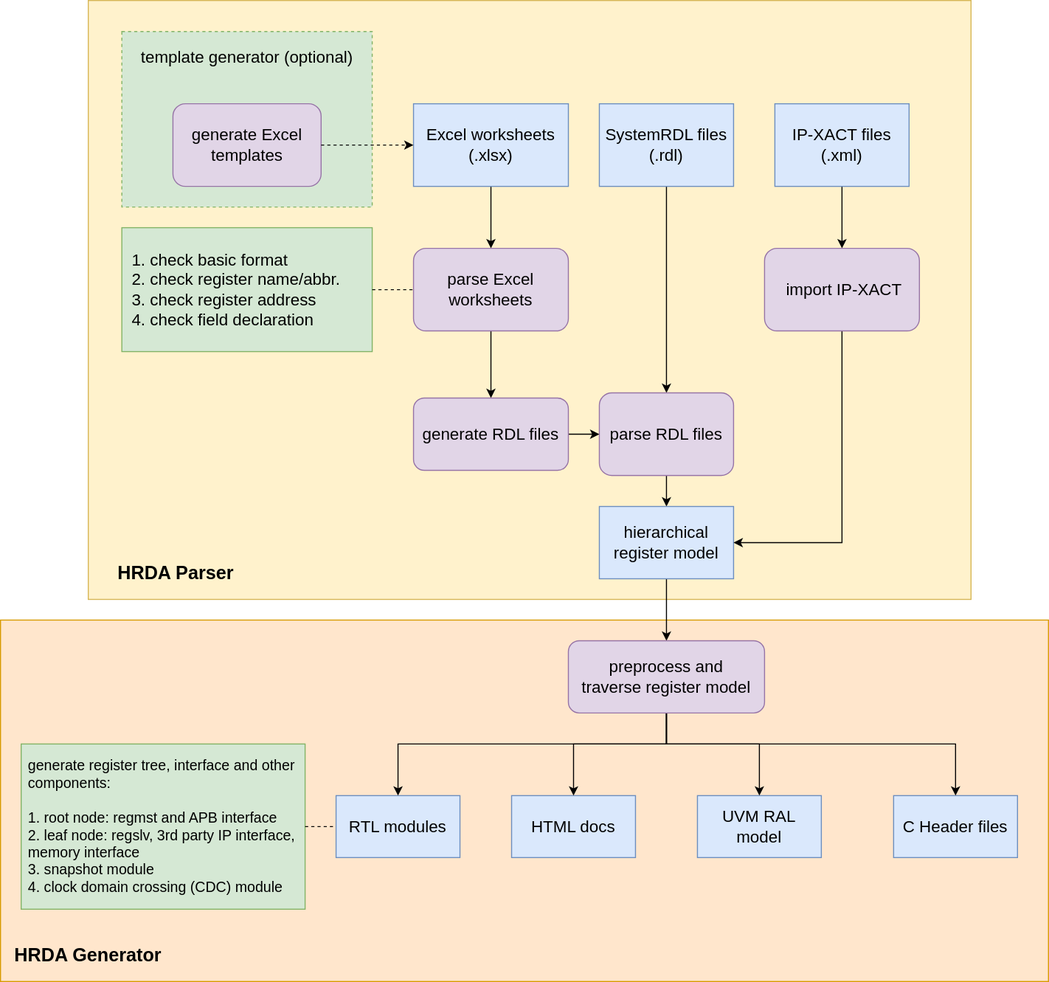
Before: docs/pics/tool_flow.svg, a diagram exported from draw.io (howsayhao/hj_reg_auto). Source tidied: cells renumbered, new cells last; positions are measured from the earlier drawing's top-left corner, leaving out a move shared by most shapes.
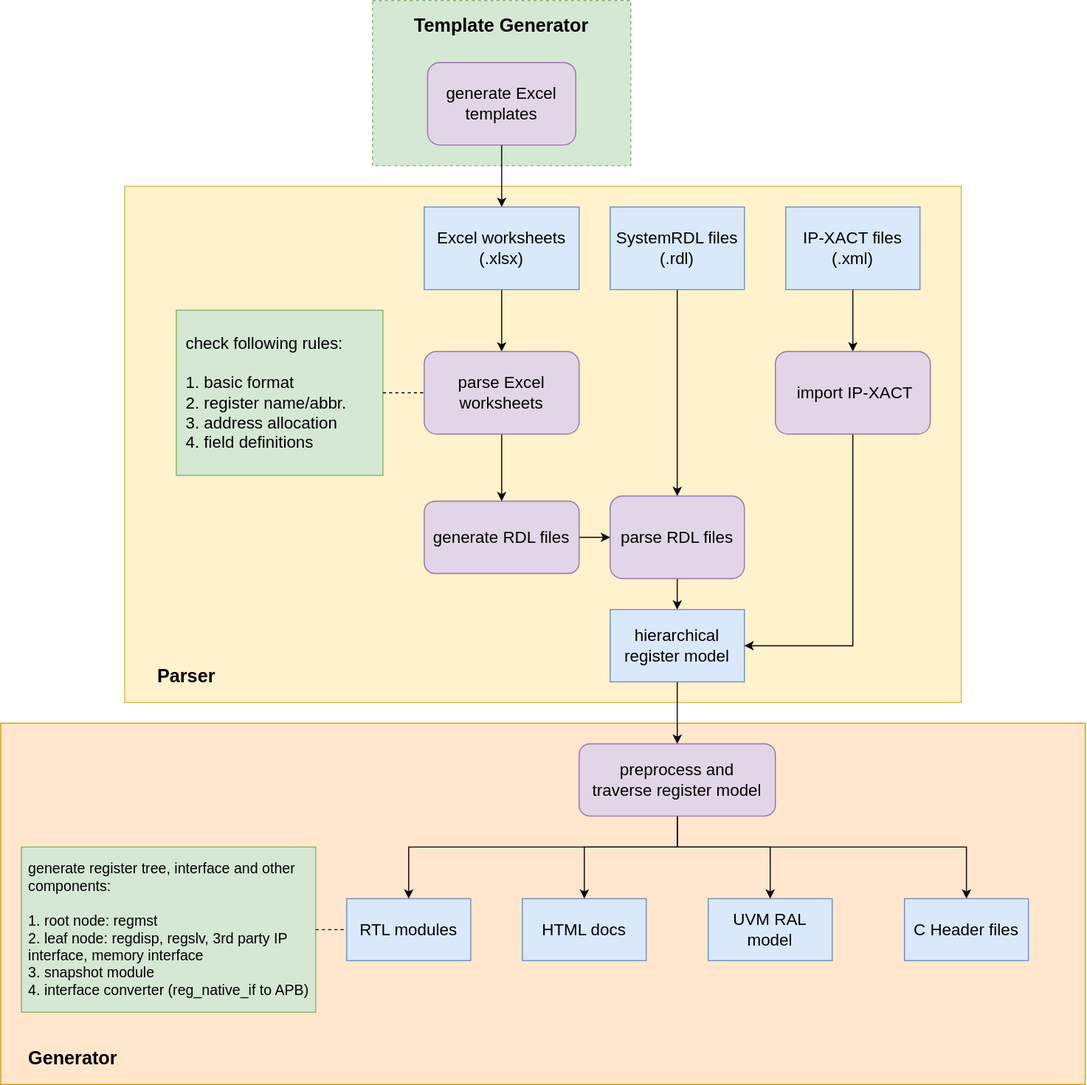
After the change.

Diff of the diagram source:
```diff
@@ -2,23 +2,23 @@
   <root>
     <mxCell id="0" />
     <mxCell id="1" parent="0" />
-    <mxCell id="2" style="rounded=0;whiteSpace=wrap;html=1;fontSize=16;fillColor=#fff2cc;strokeColor=#d6b656;fontStyle=0;strokeWidth=1;" parent="1" vertex="1">
-      <mxGeometry x="85" width="855" height="580" as="geometry" />
-    </mxCell>
-    <mxCell id="3" style="group;" parent="1" vertex="1">
-      <mxGeometry x="117.5" y="30" width="242.5" height="170" as="geometry" />
-    </mxCell>
+    <mxCell id="40" style="group;" parent="1" vertex="1">
+      <mxGeometry x="350" y="-100" width="250" height="160" as="geometry" />
+    </mxCell>
-    <mxCell id="4" style="rounded=0;whiteSpace=wrap;html=1;dashed=1;fontSize=16;fillColor=#d5e8d4;strokeColor=#82b366;fontStyle=0;strokeWidth=1;" parent="3" vertex="1">
-      <mxGeometry width="242.5" height="170" as="geometry" />
+    <mxCell id="4" style="rounded=0;whiteSpace=wrap;html=1;dashed=1;fontSize=16;fillColor=#d5e8d4;strokeColor=#82b366;fontStyle=0;strokeWidth=1;" parent="40" vertex="1">
+      <mxGeometry width="250" height="160" as="geometry" />
     </mxCell>
-    <mxCell id="5" value="&lt;font style=&quot;font-size: 16px;&quot;&gt;template generator (optional)&lt;/font&gt;" style="text;html=1;strokeColor=none;fillColor=none;align=center;verticalAlign=middle;whiteSpace=wrap;rounded=0;dashed=1;fontSize=16;fontStyle=0;strokeWidth=1;" parent="3" vertex="1">
-      <mxGeometry x="7.4" y="10" width="227.7" height="30" as="geometry" />
+    <mxCell id="5" value="&lt;font style=&quot;font-size: 18px&quot;&gt;Template Generator&lt;/font&gt;" style="text;html=1;strokeColor=none;fillColor=none;align=center;verticalAlign=middle;whiteSpace=wrap;rounded=0;dashed=1;fontSize=18;fontStyle=1;strokeWidth=1;" parent="40" vertex="1">
+      <mxGeometry x="11.2" y="10" width="227.7" height="30" as="geometry" />
     </mxCell>
-    <mxCell id="6" value="generate Excel templates" style="rounded=1;whiteSpace=wrap;html=1;fontSize=16;fillColor=#e1d5e7;strokeColor=#9673a6;fontStyle=0;strokeWidth=1;" parent="3" vertex="1">
-      <mxGeometry x="49.5" y="70" width="143.5" height="80" as="geometry" />
+    <mxCell id="6" value="generate Excel templates" style="rounded=1;whiteSpace=wrap;html=1;fontSize=16;fillColor=#e1d5e7;strokeColor=#9673a6;fontStyle=0;strokeWidth=1;" parent="40" vertex="1">
+      <mxGeometry x="53.2" y="60" width="143.5" height="80" as="geometry" />
     </mxCell>
+    <mxCell id="2" style="rounded=0;whiteSpace=wrap;html=1;fontSize=16;fillColor=#fff2cc;strokeColor=#d6b656;fontStyle=0;strokeWidth=1;" parent="1" vertex="1">
+      <mxGeometry x="110" y="80" width="810" height="500" as="geometry" />
+    </mxCell>
     <mxCell id="7" style="rounded=0;whiteSpace=wrap;html=1;fontSize=16;fillColor=#ffe6cc;strokeColor=#d79b00;fontStyle=0;strokeWidth=1;" parent="1" vertex="1">
-      <mxGeometry y="600" width="1015" height="350" as="geometry" />
+      <mxGeometry x="-10" y="600" width="1050" height="350" as="geometry" />
     </mxCell>
     <mxCell id="8" style="edgeStyle=none;html=1;exitX=0.5;exitY=1;exitDx=0;exitDy=0;fontSize=16;fontStyle=0;strokeWidth=1;" parent="1" edge="1" source="9" target="13">
       <mxGeometry relative="1" as="geometry" />
@@ -38,12 +38,9 @@
     <mxCell id="13" value="parse Excel worksheets" style="rounded=1;whiteSpace=wrap;html=1;fontSize=16;fillColor=#e1d5e7;strokeColor=#9673a6;fontStyle=0;strokeWidth=1;" parent="1" vertex="1">
       <mxGeometry x="400" y="240" width="150" height="80" as="geometry" />
     </mxCell>
-    <mxCell id="14" value="&amp;nbsp;1. check basic format&lt;br style=&quot;font-size: 16px;&quot;&gt;&amp;nbsp;2. check register name/abbr.&lt;br style=&quot;font-size: 16px;&quot;&gt;&amp;nbsp;3. check register address&lt;br style=&quot;font-size: 16px;&quot;&gt;&amp;nbsp;4. check field declaration" style="rounded=0;whiteSpace=wrap;html=1;align=left;fontSize=16;spacingLeft=3;fillColor=#d5e8d4;strokeColor=#82b366;fontStyle=0;spacingTop=0;strokeWidth=1;" parent="1" vertex="1">
-      <mxGeometry x="117.5" y="220" width="242.5" height="120" as="geometry" />
+    <mxCell id="14" value="&amp;nbsp;check following rules:&lt;br&gt;&lt;br&gt;&amp;nbsp;1. basic format&lt;br style=&quot;font-size: 16px&quot;&gt;&amp;nbsp;2. register name/abbr.&lt;br style=&quot;font-size: 16px&quot;&gt;&amp;nbsp;3. address allocation&lt;br style=&quot;font-size: 16px&quot;&gt;&amp;nbsp;4. field definitions" style="rounded=0;whiteSpace=wrap;html=1;align=left;fontSize=16;spacingLeft=3;fillColor=#d5e8d4;strokeColor=#82b366;fontStyle=0;spacingTop=0;strokeWidth=1;" parent="1" vertex="1">
+      <mxGeometry x="160" y="200" width="200" height="160" as="geometry" />
     </mxCell>
-    <mxCell id="15" style="edgeStyle=none;html=1;exitX=1;exitY=0.5;exitDx=0;exitDy=0;entryX=0;entryY=0.5;entryDx=0;entryDy=0;fontSize=16;dashed=1;fontStyle=0;strokeWidth=1;" parent="1" edge="1" source="6" target="9">
-      <mxGeometry relative="1" as="geometry" />
-    </mxCell>
     <mxCell id="16" style="edgeStyle=orthogonalEdgeStyle;rounded=0;html=1;exitX=0.5;exitY=1;exitDx=0;exitDy=0;entryX=0.5;entryY=0;entryDx=0;entryDy=0;fontSize=18;strokeWidth=1;" parent="1" edge="1" source="17" target="22">
       <mxGeometry relative="1" as="geometry" />
     </mxCell>
@@ -112,17 +109,17 @@
     <mxCell id="31" value="preprocess and &lt;br&gt;traverse register model" style="rounded=1;whiteSpace=wrap;html=1;fontSize=16;fontStyle=0;fillColor=#e1d5e7;strokeColor=#9673a6;strokeWidth=1;spacingLeft=0;spacing=2;spacingRight=0;" parent="1" vertex="1">
       <mxGeometry x="550" y="620" width="190" height="70" as="geometry" />
     </mxCell>
-    <mxCell id="32" value="&lt;span style=&quot;font-size: 18px;&quot;&gt;HRDA Generator&lt;/span&gt;" style="text;html=1;strokeColor=none;fillColor=none;align=center;verticalAlign=middle;whiteSpace=wrap;rounded=0;fontSize=18;fontStyle=1;strokeWidth=1;" parent="1" vertex="1">
-      <mxGeometry y="900" width="170" height="50" as="geometry" />
+    <mxCell id="32" value="&lt;span style=&quot;font-size: 18px&quot;&gt;Generator&lt;/span&gt;" style="text;html=1;strokeColor=none;fillColor=none;align=center;verticalAlign=middle;whiteSpace=wrap;rounded=0;fontSize=18;fontStyle=1;strokeWidth=1;" parent="1" vertex="1">
+      <mxGeometry x="-10" y="900" width="140" height="50" as="geometry" />
     </mxCell>
-    <mxCell id="33" value="generate register tree, interface and other components:&lt;br style=&quot;font-size: 14px;&quot;&gt;&amp;nbsp;&lt;br style=&quot;font-size: 14px;&quot;&gt;1. root node: regmst and APB interface&lt;br style=&quot;font-size: 14px;&quot;&gt;2. leaf node: regslv, 3rd party IP interface, memory interface&lt;br style=&quot;font-size: 14px;&quot;&gt;3. snapshot module&lt;br style=&quot;font-size: 14px;&quot;&gt;4. clock domain crossing (CDC) module" style="rounded=0;whiteSpace=wrap;html=1;align=left;fontSize=14;spacingLeft=5;fillColor=#d5e8d4;strokeColor=#82b366;fontStyle=0;strokeWidth=1;" parent="1" vertex="1">
-      <mxGeometry x="20" y="720" width="275" height="160" as="geometry" />
+    <mxCell id="33" value="generate register tree, interface and other components:&lt;br style=&quot;font-size: 14px&quot;&gt;&amp;nbsp;&lt;br style=&quot;font-size: 14px&quot;&gt;1. root node: regmst&lt;br style=&quot;font-size: 14px&quot;&gt;2. leaf node: regdisp, regslv, 3rd party IP interface, memory interface&lt;br style=&quot;font-size: 14px&quot;&gt;3. snapshot module&lt;br style=&quot;font-size: 14px&quot;&gt;4. interface converter (reg_native_if to APB)" style="rounded=0;whiteSpace=wrap;html=1;align=left;fontSize=14;spacingLeft=5;fillColor=#d5e8d4;strokeColor=#82b366;fontStyle=0;strokeWidth=1;" parent="1" vertex="1">
+      <mxGeometry x="10" y="720" width="285" height="160" as="geometry" />
     </mxCell>
     <mxCell id="34" style="endArrow=none;dashed=1;html=1;rounded=0;fontSize=16;exitX=1;exitY=0.5;exitDx=0;exitDy=0;entryX=0;entryY=0.5;entryDx=0;entryDy=0;fontStyle=0;strokeWidth=1;" parent="1" edge="1" source="33" target="25">
       <mxGeometry relative="1" as="geometry" />
     </mxCell>
-    <mxCell id="35" value="&lt;span style=&quot;font-size: 18px&quot;&gt;HRDA Parser&lt;/span&gt;" style="text;html=1;strokeColor=none;fillColor=none;align=center;verticalAlign=middle;whiteSpace=wrap;rounded=0;fontSize=18;fontStyle=1;strokeWidth=1;" parent="1" vertex="1">
-      <mxGeometry x="85" y="530" width="170" height="50" as="geometry" />
+    <mxCell id="35" value="&lt;span style=&quot;font-size: 18px&quot;&gt;Parser&lt;/span&gt;" style="text;html=1;strokeColor=none;fillColor=none;align=center;verticalAlign=middle;whiteSpace=wrap;rounded=0;fontSize=18;fontStyle=1;strokeWidth=1;" parent="1" vertex="1">
+      <mxGeometry x="110" y="530" width="120" height="50" as="geometry" />
     </mxCell>
     <mxCell id="36" style="edgeStyle=orthogonalEdgeStyle;rounded=0;html=1;exitX=0.5;exitY=1;exitDx=0;exitDy=0;entryX=0.5;entryY=0;entryDx=0;entryDy=0;fontSize=18;strokeWidth=1;" parent="1" edge="1" source="37" target="39">
       <mxGeometry relative="1" as="geometry" />
@@ -136,5 +133,8 @@
     <mxCell id="39" value="&amp;nbsp;import IP-XACT" style="rounded=1;whiteSpace=wrap;html=1;fontSize=16;fillColor=#e1d5e7;strokeColor=#9673a6;fontStyle=0;strokeWidth=1;" parent="1" vertex="1">
       <mxGeometry x="740" y="240" width="150" height="80" as="geometry" />
     </mxCell>
+    <mxCell id="15" style="edgeStyle=none;html=1;exitX=0.5;exitY=1;exitDx=0;exitDy=0;entryX=0.5;entryY=0;entryDx=0;entryDy=0;fontSize=18;" parent="1" edge="1" source="6" target="9">
+      <mxGeometry relative="1" as="geometry" />
+    </mxCell>
   </root>
 </mxGraphModel>
```
